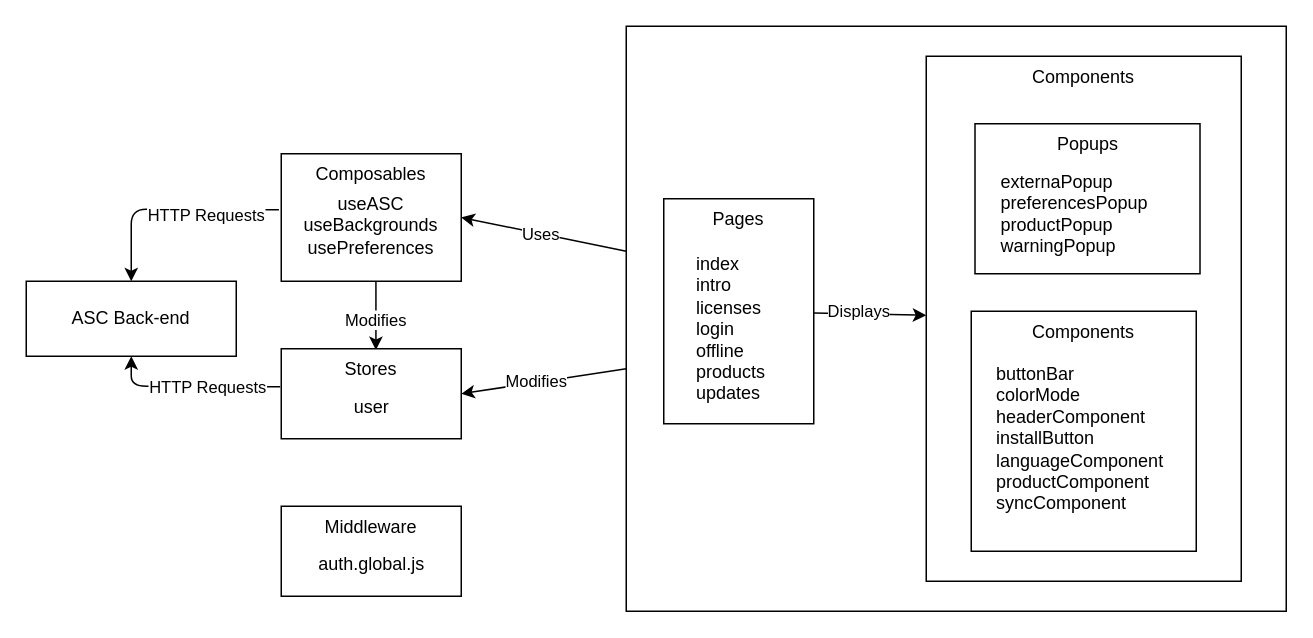
Before: drawio/ascnuxt.drawio in ThomasColin1/rapport_pfe, a draw.io diagram. Source tidied: cells renumbered, new cells numbered last; positions are measured from the earlier drawing's top-left corner, leaving out a move shared by most shapes. Both pictures are drawn from the tidied source at 150%, with x=0, y=0 at pixel (26, 26).
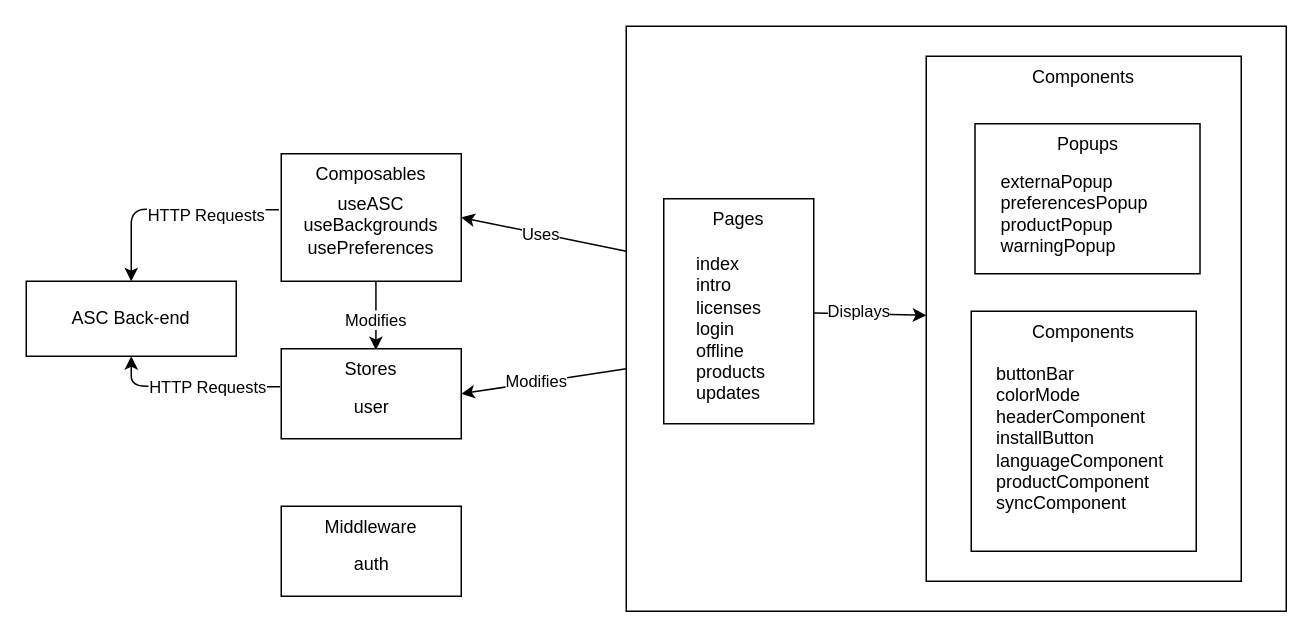
The same diagram, later.

The edit, as a diff of the source:
```diff
@@
-    <mxCell id="19" value="auth.global.js" style="text;strokeColor=none;align=center;fillColor=none;html=1;verticalAlign=top;whiteSpace=wrap;rounded=0;" parent="1" vertex="1">
+    <mxCell id="19" value="auth" style="text;strokeColor=none;align=center;fillColor=none;html=1;verticalAlign=top;whiteSpace=wrap;rounded=0;" parent="1" vertex="1">
       <mxGeometry x="186.5" y="345" width="87" height="25" as="geometry" />
     </mxCell>
```
